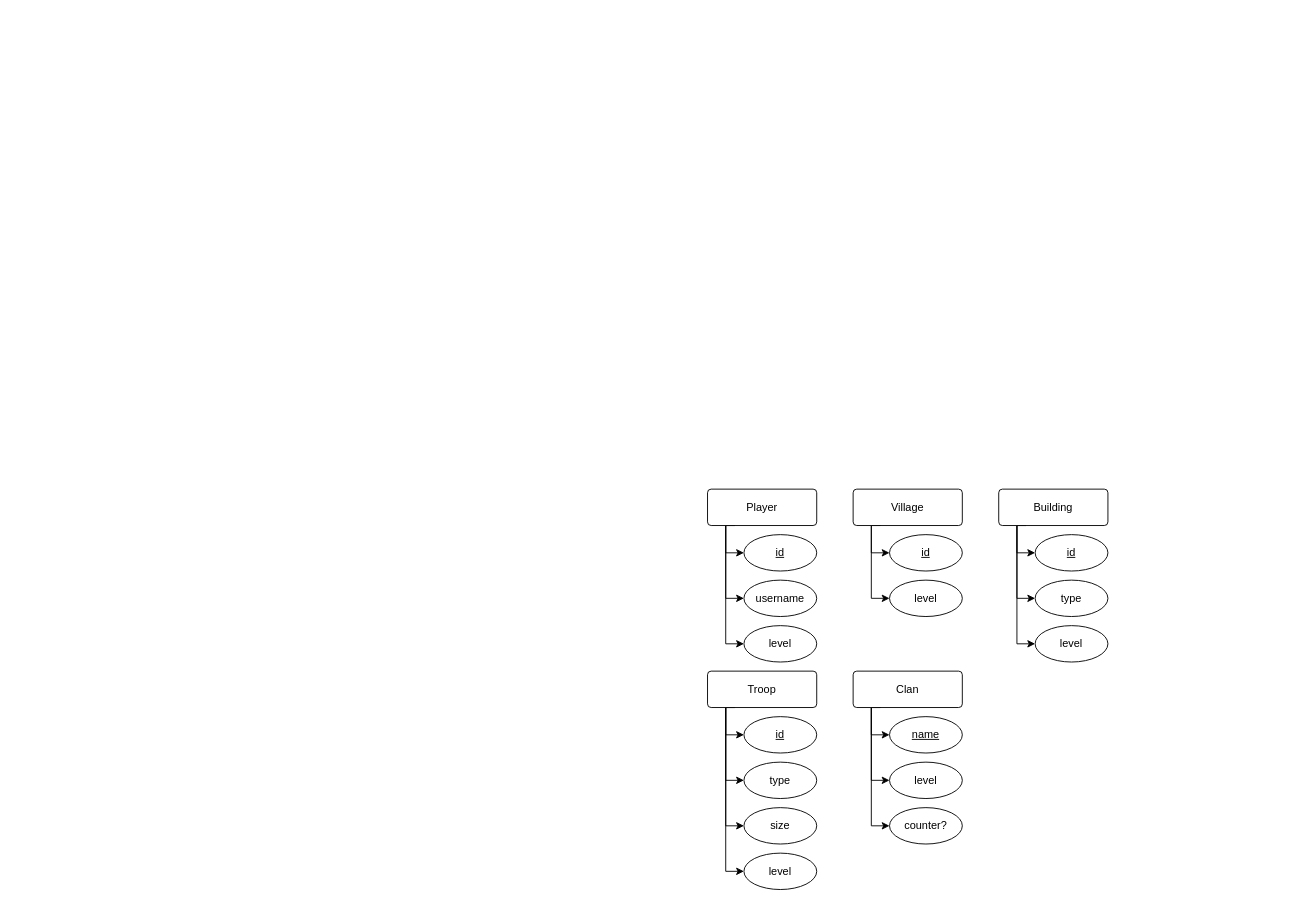
leoforster10010/UdS_BDE keeps this draw.io diagram as assignment_01/diagram.drawio. Above is the earlier version. Source tidied: cells renumbered, new cells numbered last; positions are measured from the earlier drawing's top-left corner, leaving out a move shared by most shapes. Both pictures are drawn from the tidied source at 91%, with x=0, y=0 at pixel (707, 489).
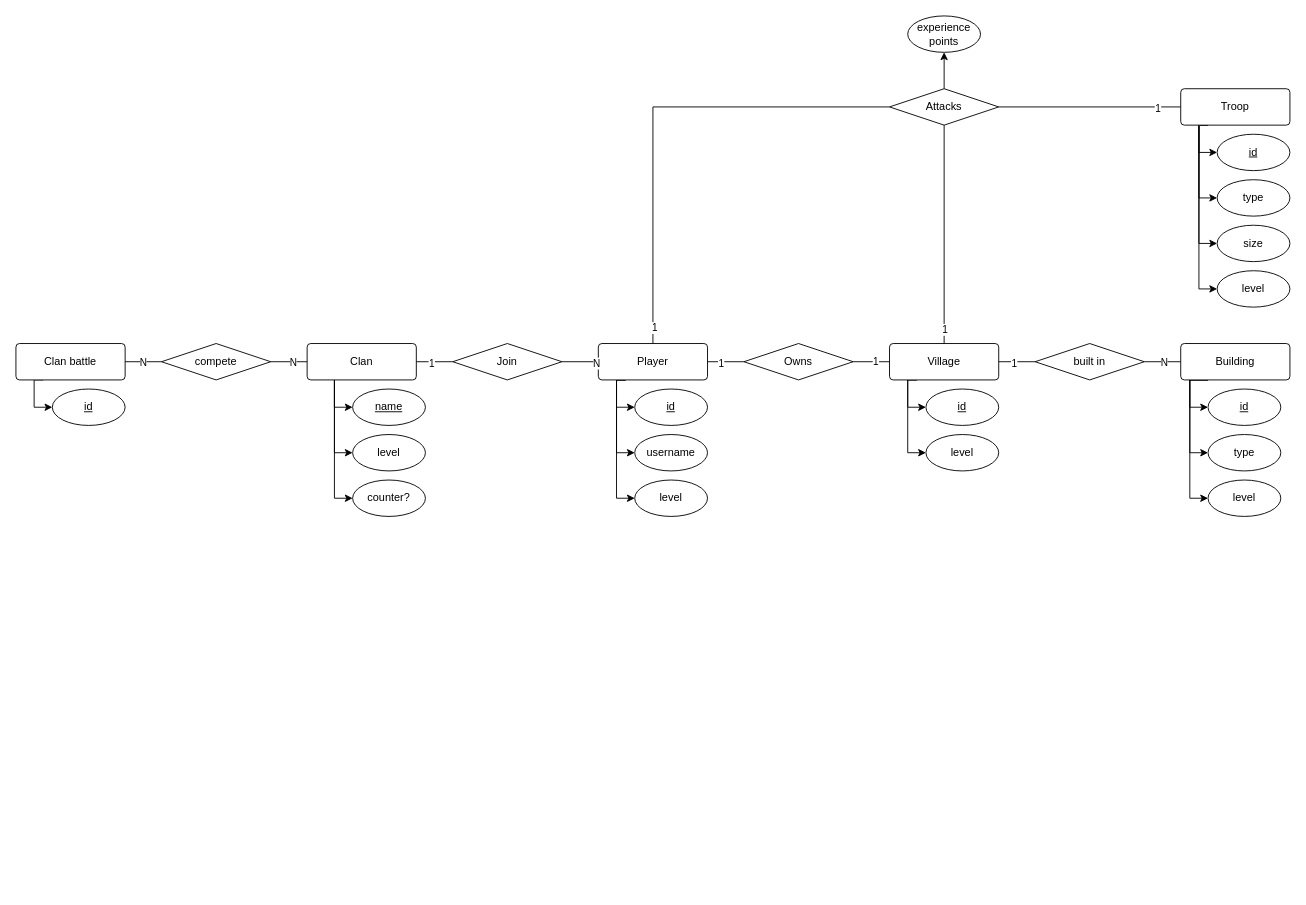
Above is the later version.

What changed in the source:
```diff
@@
     <mxCell id="2" style="edgeStyle=orthogonalEdgeStyle;rounded=0;jettySize=auto;html=1;exitX=0.25;exitY=1;exitDx=0;exitDy=0;entryX=0;entryY=0.5;entryDx=0;entryDy=0;" parent="1" edge="1" source="5" target="7">
       <mxGeometry relative="1" as="geometry">
         <Array as="points">
-          <mxPoint x="20" y="40" />
-          <mxPoint x="20" y="170" />
+          <mxPoint x="-100" y="-120" />
+          <mxPoint x="-100" y="10" />
         </Array>
       </mxGeometry>
     </mxCell>
     <mxCell id="3" style="edgeStyle=orthogonalEdgeStyle;rounded=0;jettySize=auto;html=1;exitX=0.25;exitY=1;exitDx=0;exitDy=0;entryX=0;entryY=0.5;entryDx=0;entryDy=0;" parent="1" edge="1" source="5" target="6">
       <mxGeometry relative="1" as="geometry">
         <Array as="points">
-          <mxPoint x="20" y="40" />
-          <mxPoint x="20" y="120" />
+          <mxPoint x="-100" y="-120" />
+          <mxPoint x="-100" y="-40" />
         </Array>
       </mxGeometry>
     </mxCell>
     <mxCell id="4" style="edgeStyle=orthogonalEdgeStyle;rounded=0;jettySize=auto;html=1;exitX=0.25;exitY=1;exitDx=0;exitDy=0;entryX=0;entryY=0.5;entryDx=0;entryDy=0;" parent="1" edge="1" source="5" target="20">
       <mxGeometry relative="1" as="geometry">
         <Array as="points">
-          <mxPoint x="20" y="40" />
-          <mxPoint x="20" y="70" />
+          <mxPoint x="-100" y="-120" />
+          <mxPoint x="-100" y="-90" />
         </Array>
       </mxGeometry>
     </mxCell>
     <mxCell id="5" value="Player" style="rounded=1;arcSize=10;whiteSpace=wrap;html=1;align=center;" parent="1" vertex="1">
-      <mxGeometry width="120" height="40" as="geometry" />
+      <mxGeometry x="-120" y="-160" width="120" height="40" as="geometry" />
     </mxCell>
     <mxCell id="6" value="username" style="ellipse;whiteSpace=wrap;html=1;align=center;" parent="1" vertex="1">
-      <mxGeometry x="40" y="100" width="80" height="40" as="geometry" />
+      <mxGeometry x="-80" y="-60" width="80" height="40" as="geometry" />
     </mxCell>
     <mxCell id="7" value="level" style="ellipse;whiteSpace=wrap;html=1;align=center;" parent="1" vertex="1">
-      <mxGeometry x="40" y="150" width="80" height="40" as="geometry" />
+      <mxGeometry x="-80" y="-10" width="80" height="40" as="geometry" />
     </mxCell>
     <mxCell id="8" style="edgeStyle=orthogonalEdgeStyle;rounded=0;jettySize=auto;html=1;exitX=0.25;exitY=1;exitDx=0;exitDy=0;entryX=0;entryY=0.5;entryDx=0;entryDy=0;" parent="1" edge="1" source="10" target="12">
       <mxGeometry relative="1" as="geometry">
         <Array as="points">
-          <mxPoint x="180" y="40" />
-          <mxPoint x="180" y="120" />
+          <mxPoint x="220" y="-120" />
+          <mxPoint x="220" y="-40" />
         </Array>
       </mxGeometry>
     </mxCell>
     <mxCell id="9" style="edgeStyle=orthogonalEdgeStyle;rounded=0;jettySize=auto;html=1;exitX=0.25;exitY=1;exitDx=0;exitDy=0;entryX=0;entryY=0.5;entryDx=0;entryDy=0;" parent="1" edge="1" source="10" target="11">
       <mxGeometry relative="1" as="geometry">
         <Array as="points">
-          <mxPoint x="180" y="40" />
-          <mxPoint x="180" y="70" />
+          <mxPoint x="220" y="-120" />
+          <mxPoint x="220" y="-90" />
         </Array>
       </mxGeometry>
     </mxCell>
     <mxCell id="10" value="Village" style="rounded=1;arcSize=10;whiteSpace=wrap;html=1;align=center;" parent="1" vertex="1">
-      <mxGeometry x="160" width="120" height="40" as="geometry" />
+      <mxGeometry x="200" y="-160" width="120" height="40" as="geometry" />
     </mxCell>
     <mxCell id="11" value="&lt;u&gt;id&lt;/u&gt;" style="ellipse;whiteSpace=wrap;html=1;align=center;" parent="1" vertex="1">
-      <mxGeometry x="200" y="50" width="80" height="40" as="geometry" />
+      <mxGeometry x="240" y="-110" width="80" height="40" as="geometry" />
     </mxCell>
     <mxCell id="12" value="level" style="ellipse;whiteSpace=wrap;html=1;align=center;" parent="1" vertex="1">
-      <mxGeometry x="200" y="100" width="80" height="40" as="geometry" />
+      <mxGeometry x="240" y="-60" width="80" height="40" as="geometry" />
     </mxCell>
     <mxCell id="13" style="edgeStyle=orthogonalEdgeStyle;rounded=0;jettySize=auto;html=1;exitX=0.25;exitY=1;exitDx=0;exitDy=0;entryX=0;entryY=0.5;entryDx=0;entryDy=0;" parent="1" edge="1" source="16" target="18">
       <mxGeometry relative="1" as="geometry">
         <Array as="points">
-          <mxPoint x="340" y="40" />
-          <mxPoint x="340" y="120" />
+          <mxPoint x="530" y="-120" />
+          <mxPoint x="530" y="-40" />
         </Array>
       </mxGeometry>
     </mxCell>
     <mxCell id="14" style="edgeStyle=orthogonalEdgeStyle;rounded=0;jettySize=auto;html=1;exitX=0.25;exitY=1;exitDx=0;exitDy=0;entryX=0;entryY=0.5;entryDx=0;entryDy=0;" parent="1" edge="1" source="16" target="17">
       <mxGeometry relative="1" as="geometry">
         <Array as="points">
-          <mxPoint x="340" y="40" />
-          <mxPoint x="340" y="70" />
+          <mxPoint x="530" y="-120" />
+          <mxPoint x="530" y="-90" />
         </Array>
       </mxGeometry>
     </mxCell>
     <mxCell id="15" style="edgeStyle=orthogonalEdgeStyle;rounded=0;jettySize=auto;html=1;exitX=0.25;exitY=1;exitDx=0;exitDy=0;entryX=0;entryY=0.5;entryDx=0;entryDy=0;" parent="1" edge="1" source="16" target="19">
       <mxGeometry relative="1" as="geometry">
         <Array as="points">
-          <mxPoint x="340" y="40" />
-          <mxPoint x="340" y="170" />
+          <mxPoint x="530" y="-120" />
+          <mxPoint x="530" y="10" />
         </Array>
       </mxGeometry>
     </mxCell>
     <mxCell id="16" value="Building" style="rounded=1;arcSize=10;whiteSpace=wrap;html=1;align=center;" parent="1" vertex="1">
-      <mxGeometry x="320" width="120" height="40" as="geometry" />
+      <mxGeometry x="520" y="-160" width="120" height="40" as="geometry" />
     </mxCell>
     <mxCell id="17" value="&lt;u&gt;id&lt;/u&gt;" style="ellipse;whiteSpace=wrap;html=1;align=center;" parent="1" vertex="1">
-      <mxGeometry x="360" y="50" width="80" height="40" as="geometry" />
+      <mxGeometry x="550" y="-110" width="80" height="40" as="geometry" />
     </mxCell>
     <mxCell id="18" value="type" style="ellipse;whiteSpace=wrap;html=1;align=center;" parent="1" vertex="1">
-      <mxGeometry x="360" y="100" width="80" height="40" as="geometry" />
+      <mxGeometry x="550" y="-60" width="80" height="40" as="geometry" />
     </mxCell>
     <mxCell id="19" value="level" style="ellipse;whiteSpace=wrap;html=1;align=center;" parent="1" vertex="1">
-      <mxGeometry x="360" y="150" width="80" height="40" as="geometry" />
+      <mxGeometry x="550" y="-10" width="80" height="40" as="geometry" />
     </mxCell>
     <mxCell id="20" value="&lt;u&gt;id&lt;/u&gt;" style="ellipse;whiteSpace=wrap;html=1;align=center;" parent="1" vertex="1">
-      <mxGeometry x="40" y="50" width="80" height="40" as="geometry" />
+      <mxGeometry x="-80" y="-110" width="80" height="40" as="geometry" />
     </mxCell>
     <mxCell id="21" style="edgeStyle=orthogonalEdgeStyle;rounded=0;jettySize=auto;html=1;exitX=0.25;exitY=1;exitDx=0;exitDy=0;entryX=0;entryY=0.5;entryDx=0;entryDy=0;" parent="1" edge="1" source="25" target="27">
       <mxGeometry relative="1" as="geometry">
         <Array as="points">
-          <mxPoint x="20" y="240" />
-          <mxPoint x="20" y="320" />
+          <mxPoint x="540" y="-400" />
+          <mxPoint x="540" y="-320" />
         </Array>
       </mxGeometry>
     </mxCell>
     <mxCell id="22" style="edgeStyle=orthogonalEdgeStyle;rounded=0;jettySize=auto;html=1;exitX=0.25;exitY=1;exitDx=0;exitDy=0;entryX=0;entryY=0.5;entryDx=0;entryDy=0;" parent="1" edge="1" source="25" target="26">
       <mxGeometry relative="1" as="geometry">
         <Array as="points">
-          <mxPoint x="20" y="240" />
-          <mxPoint x="20" y="270" />
+          <mxPoint x="540" y="-400" />
+          <mxPoint x="540" y="-370" />
         </Array>
       </mxGeometry>
     </mxCell>
     <mxCell id="23" style="edgeStyle=orthogonalEdgeStyle;rounded=0;jettySize=auto;html=1;exitX=0.25;exitY=1;exitDx=0;exitDy=0;entryX=0;entryY=0.5;entryDx=0;entryDy=0;" parent="1" edge="1" source="25" target="28">
       <mxGeometry relative="1" as="geometry">
         <Array as="points">
-          <mxPoint x="20" y="240" />
-          <mxPoint x="20" y="370" />
+          <mxPoint x="540" y="-400" />
+          <mxPoint x="540" y="-270" />
         </Array>
       </mxGeometry>
     </mxCell>
     <mxCell id="24" style="edgeStyle=orthogonalEdgeStyle;rounded=0;jettySize=auto;html=1;exitX=0.25;exitY=1;exitDx=0;exitDy=0;entryX=0;entryY=0.5;entryDx=0;entryDy=0;" parent="1" edge="1" source="25" target="29">
       <mxGeometry relative="1" as="geometry">
         <Array as="points">
-          <mxPoint x="20" y="240" />
-          <mxPoint x="20" y="420" />
+          <mxPoint x="540" y="-400" />
+          <mxPoint x="540" y="-220" />
         </Array>
       </mxGeometry>
     </mxCell>
     <mxCell id="25" value="Troop" style="rounded=1;arcSize=10;whiteSpace=wrap;html=1;align=center;" parent="1" vertex="1">
-      <mxGeometry y="200" width="120" height="40" as="geometry" />
+      <mxGeometry x="520" y="-440" width="120" height="40" as="geometry" />
     </mxCell>
     <mxCell id="26" value="&lt;u&gt;id&lt;/u&gt;" style="ellipse;whiteSpace=wrap;html=1;align=center;" parent="1" vertex="1">
-      <mxGeometry x="40" y="250" width="80" height="40" as="geometry" />
+      <mxGeometry x="560" y="-390" width="80" height="40" as="geometry" />
     </mxCell>
     <mxCell id="27" value="type" style="ellipse;whiteSpace=wrap;html=1;align=center;" parent="1" vertex="1">
-      <mxGeometry x="40" y="300" width="80" height="40" as="geometry" />
+      <mxGeometry x="560" y="-340" width="80" height="40" as="geometry" />
     </mxCell>
     <mxCell id="28" value="size" style="ellipse;whiteSpace=wrap;html=1;align=center;" parent="1" vertex="1">
-      <mxGeometry x="40" y="350" width="80" height="40" as="geometry" />
+      <mxGeometry x="560" y="-290" width="80" height="40" as="geometry" />
     </mxCell>
     <mxCell id="29" value="level" style="ellipse;whiteSpace=wrap;html=1;align=center;" parent="1" vertex="1">
-      <mxGeometry x="40" y="400" width="80" height="40" as="geometry" />
+      <mxGeometry x="560" y="-240" width="80" height="40" as="geometry" />
     </mxCell>
     <mxCell id="30" style="edgeStyle=orthogonalEdgeStyle;rounded=0;jettySize=auto;html=1;exitX=0.25;exitY=1;exitDx=0;exitDy=0;entryX=0;entryY=0.5;entryDx=0;entryDy=0;" parent="1" edge="1" source="33" target="35">
       <mxGeometry relative="1" as="geometry">
         <Array as="points">
-          <mxPoint x="180" y="240" />
-          <mxPoint x="180" y="320" />
+          <mxPoint x="-410" y="-120" />
+          <mxPoint x="-410" y="-40" />
         </Array>
       </mxGeometry>
     </mxCell>
     <mxCell id="31" style="edgeStyle=orthogonalEdgeStyle;rounded=0;jettySize=auto;html=1;exitX=0.25;exitY=1;exitDx=0;exitDy=0;entryX=0;entryY=0.5;entryDx=0;entryDy=0;" parent="1" edge="1" source="33" target="34">
       <mxGeometry relative="1" as="geometry">
         <Array as="points">
-          <mxPoint x="180" y="240" />
-          <mxPoint x="180" y="270" />
+          <mxPoint x="-410" y="-120" />
+          <mxPoint x="-410" y="-90" />
         </Array>
       </mxGeometry>
     </mxCell>
     <mxCell id="32" style="edgeStyle=orthogonalEdgeStyle;rounded=0;jettySize=auto;html=1;exitX=0.25;exitY=1;exitDx=0;exitDy=0;entryX=0;entryY=0.5;entryDx=0;entryDy=0;" parent="1" edge="1" source="33" target="36">
       <mxGeometry relative="1" as="geometry">
         <Array as="points">
-          <mxPoint x="180" y="240" />
-          <mxPoint x="180" y="370" />
+          <mxPoint x="-410" y="-120" />
+          <mxPoint x="-410" y="10" />
         </Array>
       </mxGeometry>
     </mxCell>
     <mxCell id="33" value="Clan" style="rounded=1;arcSize=10;whiteSpace=wrap;html=1;align=center;" parent="1" vertex="1">
-      <mxGeometry x="160" y="200" width="120" height="40" as="geometry" />
+      <mxGeometry x="-440" y="-160" width="120" height="40" as="geometry" />
     </mxCell>
     <mxCell id="34" value="&lt;u&gt;name&lt;/u&gt;" style="ellipse;whiteSpace=wrap;html=1;align=center;" parent="1" vertex="1">
-      <mxGeometry x="200" y="250" width="80" height="40" as="geometry" />
+      <mxGeometry x="-390" y="-110" width="80" height="40" as="geometry" />
     </mxCell>
     <mxCell id="35" value="level" style="ellipse;whiteSpace=wrap;html=1;align=center;" parent="1" vertex="1">
-      <mxGeometry x="200" y="300" width="80" height="40" as="geometry" />
+      <mxGeometry x="-390" y="-60" width="80" height="40" as="geometry" />
     </mxCell>
     <mxCell id="36" value="counter?" style="ellipse;whiteSpace=wrap;html=1;align=center;" parent="1" vertex="1">
-      <mxGeometry x="200" y="350" width="80" height="40" as="geometry" />
+      <mxGeometry x="-390" y="-10" width="80" height="40" as="geometry" />
     </mxCell>
+    <mxCell id="37" value="Owns" style="shape=rhombus;perimeter=rhombusPerimeter;whiteSpace=wrap;html=1;align=center;" parent="1" vertex="1">
+      <mxGeometry x="40" y="-160" width="120" height="40" as="geometry" />
+    </mxCell>
+    <mxCell id="38" style="endArrow=none;html=1;rounded=0;exitX=1;exitY=0.5;exitDx=0;exitDy=0;" parent="1" edge="1" source="5" target="37">
+      <mxGeometry relative="1" as="geometry" />
+    </mxCell>
+    <mxCell id="39" value="1" style="edgeLabel;html=1;align=center;verticalAlign=middle;" parent="38" vertex="1">
+      <mxGeometry x="-0.32" y="-1" relative="1" as="geometry" />
+    </mxCell>
+    <mxCell id="40" style="endArrow=none;html=1;rounded=0;entryX=1;entryY=0.5;entryDx=0;entryDy=0;" parent="1" edge="1" source="10" target="37">
+      <mxGeometry relative="1" as="geometry" />
+    </mxCell>
+    <mxCell id="41" value="1" style="edgeLabel;html=1;align=center;verticalAlign=middle;" parent="40" vertex="1">
+      <mxGeometry x="-0.19" y="-1" relative="1" as="geometry" />
+    </mxCell>
+    <mxCell id="42" value="built in" style="shape=rhombus;perimeter=rhombusPerimeter;whiteSpace=wrap;html=1;align=center;" parent="1" vertex="1">
+      <mxGeometry x="360" y="-160" width="120" height="40" as="geometry" />
+    </mxCell>
+    <mxCell id="43" style="endArrow=none;html=1;rounded=0;exitX=1;exitY=0.5;exitDx=0;exitDy=0;entryX=0;entryY=0.5;entryDx=0;entryDy=0;" parent="1" edge="1" source="10" target="42">
+      <mxGeometry relative="1" as="geometry" />
+    </mxCell>
+    <mxCell id="44" value="1" style="edgeLabel;html=1;align=center;verticalAlign=middle;" parent="43" vertex="1">
+      <mxGeometry x="-0.21" y="-1" relative="1" as="geometry" />
+    </mxCell>
+    <mxCell id="45" style="endArrow=none;html=1;rounded=0;exitX=1;exitY=0.5;exitDx=0;exitDy=0;" parent="1" edge="1" source="42">
+      <mxGeometry relative="1" as="geometry">
+        <mxPoint x="520" y="-140" as="targetPoint" />
+      </mxGeometry>
+    </mxCell>
+    <mxCell id="46" value="N" style="edgeLabel;html=1;align=center;verticalAlign=middle;" parent="45" vertex="1">
+      <mxGeometry x="0.05" relative="1" as="geometry" />
+    </mxCell>
+    <mxCell id="47" style="edgeStyle=orthogonalEdgeStyle;rounded=0;jettySize=auto;html=1;exitX=0.25;exitY=1;exitDx=0;exitDy=0;entryX=0;entryY=0.5;entryDx=0;entryDy=0;" parent="1" edge="1" source="48" target="49">
+      <mxGeometry relative="1" as="geometry">
+        <Array as="points">
+          <mxPoint x="-740" y="-120" />
+          <mxPoint x="-740" y="-90" />
+        </Array>
+      </mxGeometry>
+    </mxCell>
+    <mxCell id="48" value="Clan battle" style="rounded=1;arcSize=10;whiteSpace=wrap;html=1;align=center;" parent="1" vertex="1">
+      <mxGeometry x="-760" y="-160" width="120" height="40" as="geometry" />
+    </mxCell>
+    <mxCell id="49" value="&lt;u&gt;id&lt;/u&gt;" style="ellipse;whiteSpace=wrap;html=1;align=center;" parent="1" vertex="1">
+      <mxGeometry x="-720" y="-110" width="80" height="40" as="geometry" />
+    </mxCell>
+    <mxCell id="50" value="compete" style="shape=rhombus;perimeter=rhombusPerimeter;whiteSpace=wrap;html=1;align=center;" parent="1" vertex="1">
+      <mxGeometry x="-600" y="-160" width="120" height="40" as="geometry" />
+    </mxCell>
+    <mxCell id="51" style="endArrow=none;html=1;rounded=0;exitX=0;exitY=0.5;exitDx=0;exitDy=0;entryX=1;entryY=0.5;entryDx=0;entryDy=0;" parent="1" edge="1" source="33" target="50">
+      <mxGeometry relative="1" as="geometry" />
+    </mxCell>
+    <mxCell id="52" value="N" style="edgeLabel;html=1;align=center;verticalAlign=middle;" parent="51" vertex="1">
+      <mxGeometry x="-0.21" relative="1" as="geometry" />
+    </mxCell>
+    <mxCell id="53" style="endArrow=none;html=1;rounded=0;exitX=0;exitY=0.5;exitDx=0;exitDy=0;entryX=1;entryY=0.5;entryDx=0;entryDy=0;" parent="1" edge="1" source="50" target="48">
+      <mxGeometry relative="1" as="geometry" />
+    </mxCell>
+    <mxCell id="54" value="N" style="edgeLabel;html=1;align=center;verticalAlign=middle;" parent="53" vertex="1">
+      <mxGeometry x="0.05" relative="1" as="geometry" />
+    </mxCell>
+    <mxCell id="55" value="Join" style="shape=rhombus;perimeter=rhombusPerimeter;whiteSpace=wrap;html=1;align=center;" parent="1" vertex="1">
+      <mxGeometry x="-280" y="-160" width="120" height="40" as="geometry" />
+    </mxCell>
+    <mxCell id="56" style="endArrow=none;html=1;rounded=0;exitX=0;exitY=0.5;exitDx=0;exitDy=0;entryX=1;entryY=0.5;entryDx=0;entryDy=0;" parent="1" edge="1" source="5" target="55">
+      <mxGeometry relative="1" as="geometry" />
+    </mxCell>
+    <mxCell id="57" value="N" style="edgeLabel;html=1;align=center;verticalAlign=middle;" parent="56" vertex="1">
+      <mxGeometry x="-0.83" y="1" relative="1" as="geometry" />
+    </mxCell>
+    <mxCell id="58" style="endArrow=none;html=1;rounded=0;entryX=0;entryY=0.5;entryDx=0;entryDy=0;exitX=1;exitY=0.5;exitDx=0;exitDy=0;" parent="1" edge="1" source="33" target="55">
+      <mxGeometry relative="1" as="geometry" />
+    </mxCell>
+    <mxCell id="59" value="1" style="edgeLabel;html=1;align=center;verticalAlign=middle;" parent="58" vertex="1">
+      <mxGeometry x="-0.19" y="-1" relative="1" as="geometry" />
+    </mxCell>
+    <mxCell id="60" value="Attacks" style="shape=rhombus;perimeter=rhombusPerimeter;whiteSpace=wrap;html=1;align=center;" parent="1" vertex="1">
+      <mxGeometry x="200" y="-440" width="120" height="40" as="geometry" />
+    </mxCell>
+    <mxCell id="61" style="endArrow=none;html=1;rounded=0;exitX=0.5;exitY=0;exitDx=0;exitDy=0;entryX=0;entryY=0.5;entryDx=0;entryDy=0;edgeStyle=orthogonalEdgeStyle;" parent="1" edge="1" source="5" target="60">
+      <mxGeometry relative="1" as="geometry" />
+    </mxCell>
+    <mxCell id="62" value="1" style="edgeLabel;html=1;align=center;verticalAlign=middle;" parent="61" vertex="1">
+      <mxGeometry x="-0.93" y="-1" relative="1" as="geometry" />
+    </mxCell>
+    <mxCell id="63" style="endArrow=none;html=1;rounded=0;entryX=0;entryY=0.5;entryDx=0;entryDy=0;exitX=1;exitY=0.5;exitDx=0;exitDy=0;" parent="1" edge="1" source="60" target="25">
+      <mxGeometry relative="1" as="geometry" />
+    </mxCell>
+    <mxCell id="64" value="1" style="edgeLabel;html=1;align=center;verticalAlign=middle;" parent="63" vertex="1">
+      <mxGeometry x="0.74" y="-1" relative="1" as="geometry" />
+    </mxCell>
+    <mxCell id="65" style="endArrow=none;html=1;rounded=0;entryX=0.5;entryY=0;entryDx=0;entryDy=0;exitX=0.5;exitY=1;exitDx=0;exitDy=0;" parent="1" edge="1" source="60" target="10">
+      <mxGeometry relative="1" as="geometry" />
+    </mxCell>
+    <mxCell id="66" value="1" style="edgeLabel;html=1;align=center;verticalAlign=middle;" parent="65" vertex="1">
+      <mxGeometry x="0.87" relative="1" as="geometry" />
+    </mxCell>
+    <mxCell id="67" style="endArrow=classic;html=1;rounded=0;exitX=0.5;exitY=0;exitDx=0;exitDy=0;entryX=0.5;entryY=1;entryDx=0;entryDy=0;" parent="1" edge="1" source="60" target="68">
+      <mxGeometry relative="1" as="geometry" />
+    </mxCell>
+    <mxCell id="68" value="experience points" style="ellipse;whiteSpace=wrap;html=1;align=center;" parent="1" vertex="1">
+      <mxGeometry x="220" y="-520" width="80" height="40" as="geometry" />
+    </mxCell>
```
